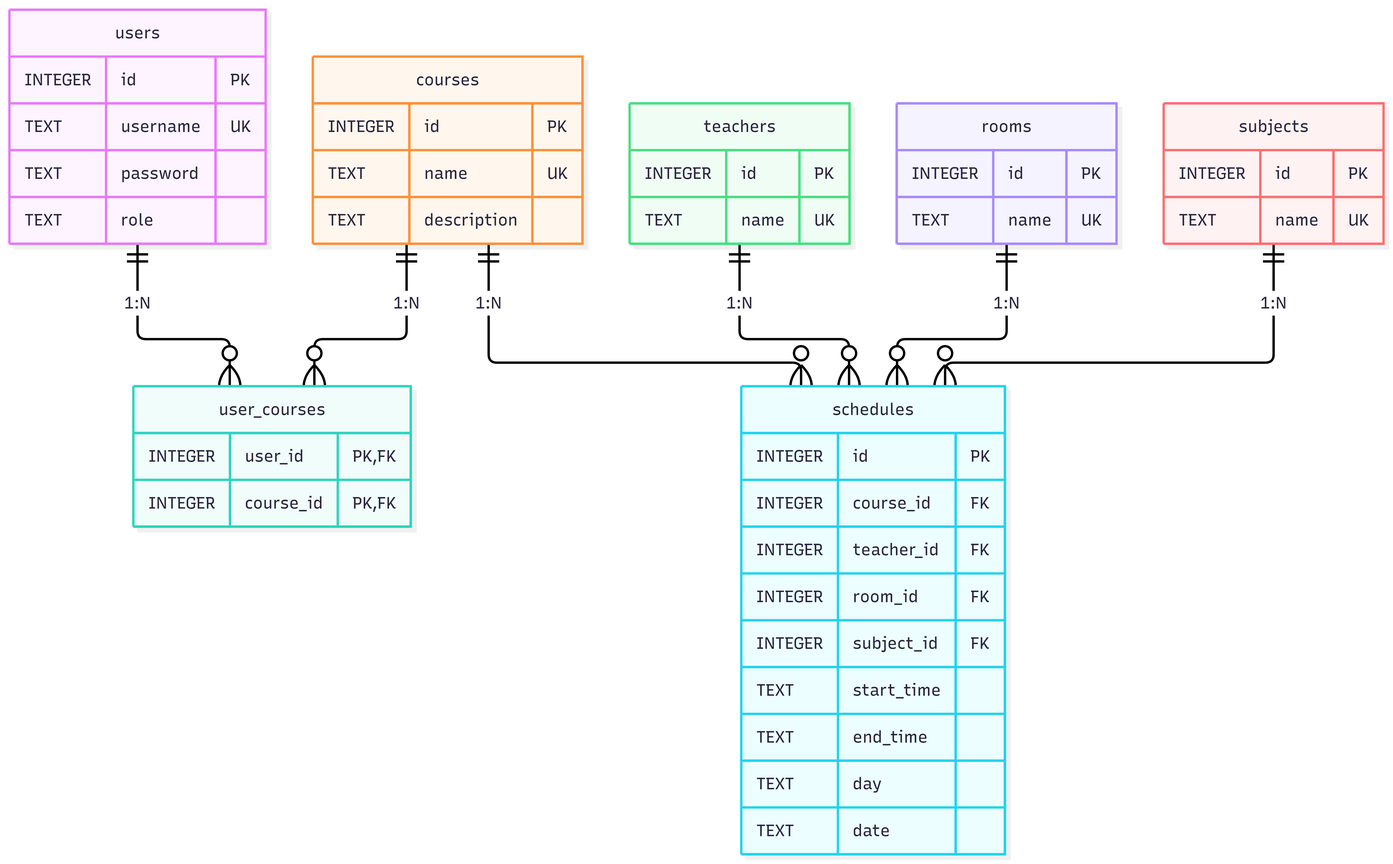
The Mermaid diagram backend/Schema/Schema.png in NicoMaker/Portale_H_ITS, before a commit. Its source is kept beside it as backend/Schema/Schema.mmd.
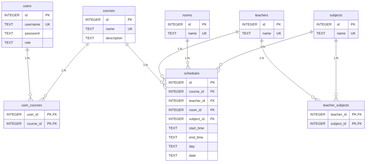
Later version of the same file.

What changed in the source:
```diff
@@ -2,6 +2,8 @@
     users ||--o{ user_courses : "1:N"
     courses ||--o{ user_courses : "1:N"
     courses ||--o{ schedules : "1:N"
+    teachers ||--o{ teacher_subjects : "1:N"
+    subjects ||--o{ teacher_subjects : "1:N"
     teachers ||--o{ schedules : "1:N"
     rooms ||--o{ schedules : "1:N"
     subjects ||--o{ schedules : "1:N"
@@ -39,6 +41,11 @@
         TEXT name UK
     }
 
+    teacher_subjects {
+        INTEGER teacher_id PK, FK
+        INTEGER subject_id PK, FK
+    }
+
     schedules {
         INTEGER id PK
         INTEGER course_id FK
```
